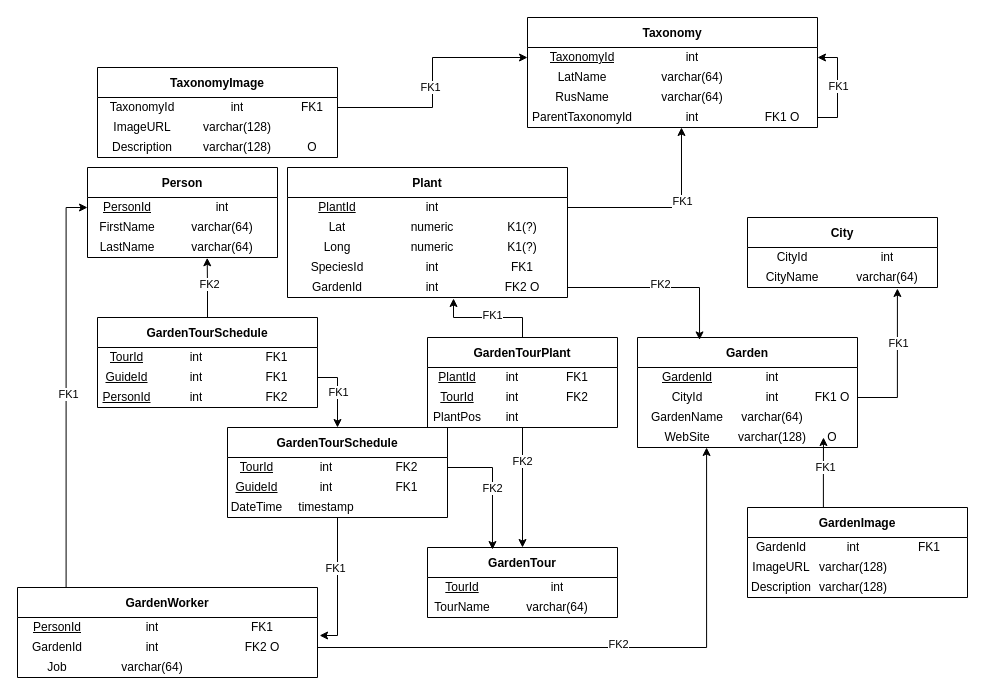
The draw.io diagram PDM2-plants.drawio in AGA-full/on-board-arch, before the edit. Source tidied: cells renumbered, new cells numbered last; positions are measured from the earlier drawing's top-left corner, leaving out a move shared by most shapes. Both pictures are drawn from the tidied source at 100%, with x=0, y=0 at pixel (17, 17).
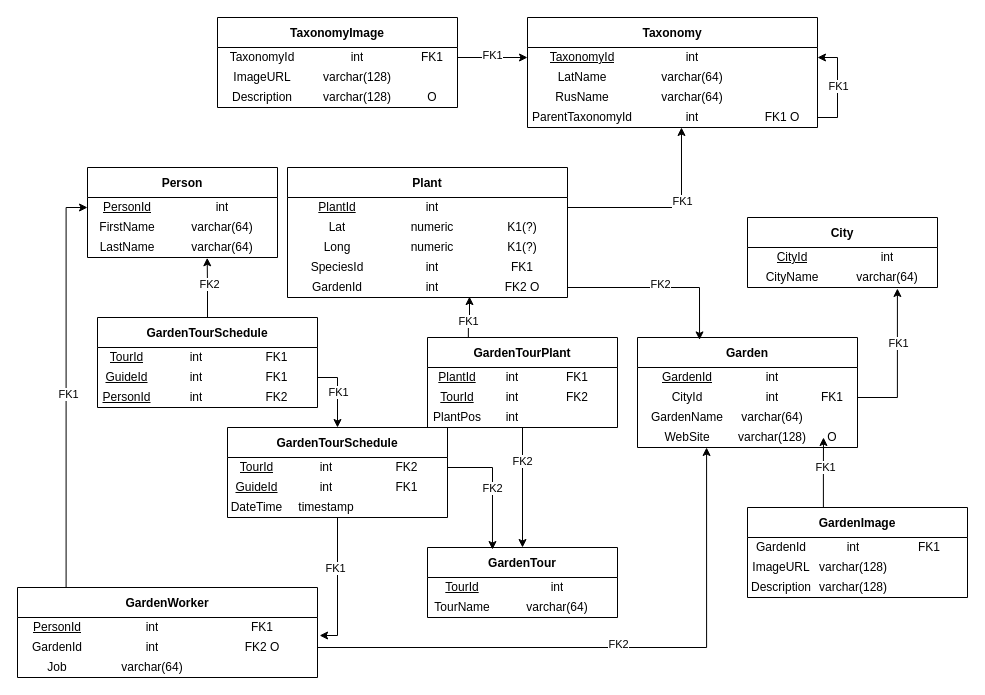
The same page after the edit.

Unchanged cells that the change refers to:
```xml
<mxCell id="59" style="shape=tableRow;horizontal=0;startSize=0;swimlaneHead=0;swimlaneBody=0;strokeColor=inherit;top=0;left=0;bottom=0;right=0;fillColor=none;points=[[0,0.5],[1,0.5]];portConstraint=eastwest;" parent="42" vertex="1">
  <mxGeometry y="110" width="280" height="20" as="geometry" />
</mxCell>
<mxCell id="104" style="shape=tableRow;horizontal=0;startSize=0;swimlaneHead=0;swimlaneBody=0;strokeColor=inherit;top=0;left=0;bottom=0;right=0;fillColor=none;points=[[0,0.5],[1,0.5]];portConstraint=eastwest;" parent="99" vertex="1">
  <mxGeometry y="50" width="220" height="20" as="geometry" />
</mxCell>
<mxCell id="117" style="shape=tableRow;horizontal=0;startSize=0;swimlaneHead=0;swimlaneBody=0;strokeColor=inherit;top=0;left=0;bottom=0;right=0;fillColor=none;" parent="116" vertex="1">
  <mxGeometry y="30" width="190" height="20" as="geometry" />
</mxCell>
<mxCell id="148" value="GardenTourPlant" style="shape=table;startSize=30;childLayout=tableLayout;fontStyle=1;strokeColor=default;strokeWidth=1;perimeterSpacing=0;rowLines=0;columnLines=0;" parent="1" vertex="1">
  <mxGeometry x="410" y="320" width="190" height="90" as="geometry" />
</mxCell>
```

Change to the diagram source:
```diff
@@
     <mxCell id="73" value="TaxonomyImage" style="shape=table;startSize=30;childLayout=tableLayout;fontStyle=1;strokeColor=default;strokeWidth=1;perimeterSpacing=0;rowLines=0;columnLines=0;rounded=0;" parent="1" vertex="1">
-      <mxGeometry x="80" y="50" width="240" height="90" as="geometry" />
+      <mxGeometry x="200" width="240" height="90" as="geometry" />
     </mxCell>
@@
-    <mxCell id="107" value="FK1 O" style="shape=partialRectangle;html=1;whiteSpace=wrap;strokeColor=inherit;overflow=hidden;fillColor=none;top=0;left=0;bottom=0;right=0;" parent="104" vertex="1">
+    <mxCell id="107" value="FK1" style="shape=partialRectangle;html=1;whiteSpace=wrap;strokeColor=inherit;overflow=hidden;fillColor=none;top=0;left=0;bottom=0;right=0;" parent="104" vertex="1">
       <mxGeometry x="170" width="50" height="20" as="geometry" />
     </mxCell>
@@
-    <mxCell id="118" value="CityId" style="shape=partialRectangle;html=1;whiteSpace=wrap;strokeColor=inherit;overflow=hidden;fillColor=none;top=0;left=0;bottom=0;right=0;" parent="117" vertex="1">
+    <mxCell id="118" value="&lt;u&gt;CityId&lt;/u&gt;" style="shape=partialRectangle;html=1;whiteSpace=wrap;strokeColor=inherit;overflow=hidden;fillColor=none;top=0;left=0;bottom=0;right=0;" parent="117" vertex="1">
       <mxGeometry width="90" height="20" as="geometry" />
     </mxCell>
@@
-    <mxCell id="161" style="edgeStyle=orthogonalEdgeStyle;rounded=0;jettySize=auto;html=1;entryX=0.593;entryY=1.05;entryDx=0;entryDy=0;entryPerimeter=0;" parent="1" edge="1" source="148" target="59">
+    <mxCell id="161" style="edgeStyle=orthogonalEdgeStyle;rounded=0;jettySize=auto;html=1;entryX=0.65;entryY=0.956;entryDx=0;entryDy=0;entryPerimeter=0;exitX=0.215;exitY=0.003;exitDx=0;exitDy=0;exitPerimeter=0;" parent="1" edge="1" source="148" target="59">
       <mxGeometry relative="1" as="geometry" />
     </mxCell>
```
